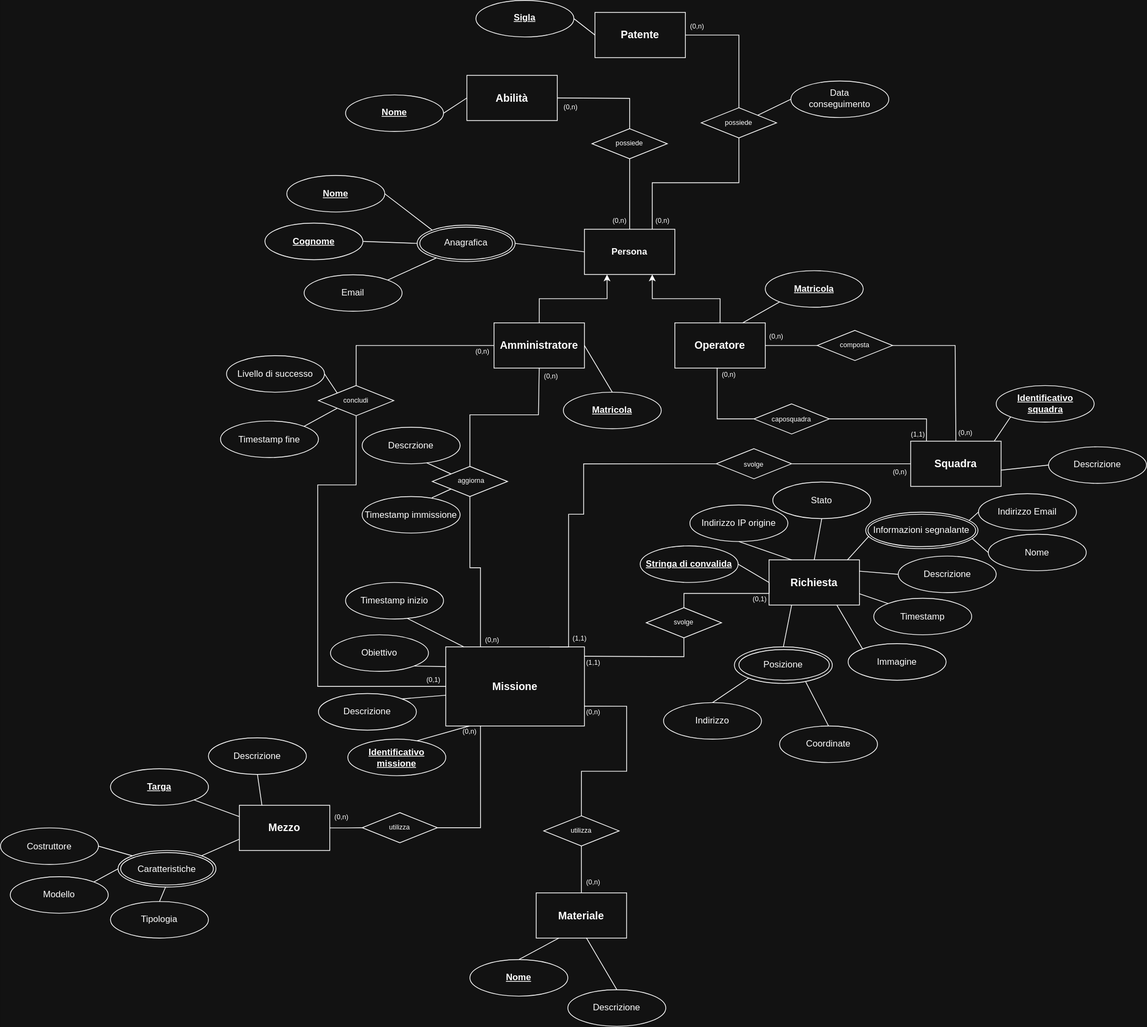
This is soccorso/ER/ER_soccorso.svg from ScappaMarco/Soccorso, a draw.io export, as it was before one commit. Source tidied: cells renumbered, new cells last; positions are measured from the earlier drawing's top-left corner, leaving out a move shared by most shapes.
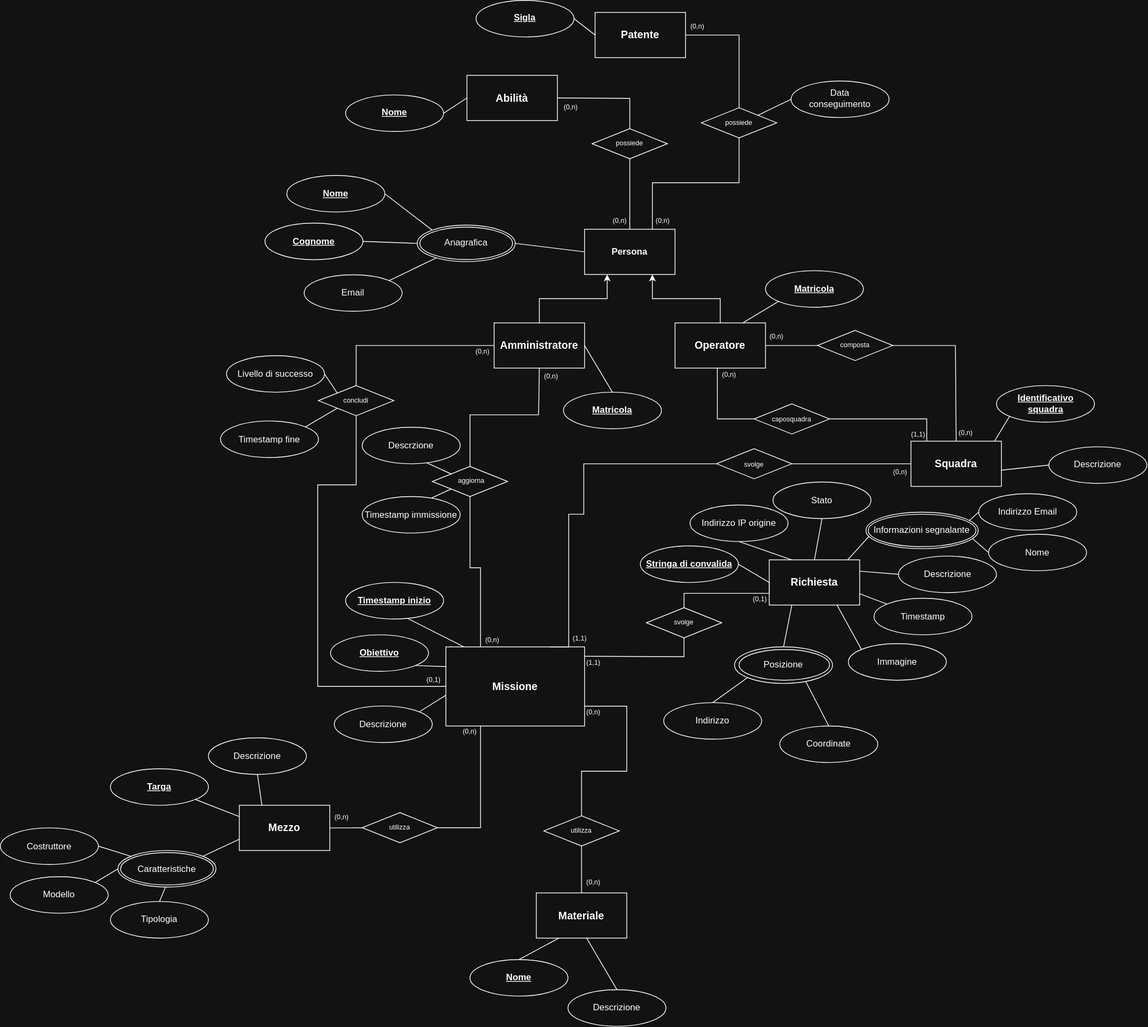
Above is the later version.

What changed in the source:
```diff
@@ -334,7 +334,7 @@
       <mxGeometry relative="1" as="geometry" />
     </mxCell>
     <mxCell id="97" value="Descrizione" style="ellipse;whiteSpace=wrap;html=1;rounded=0;" parent="1" vertex="1">
-      <mxGeometry x="422" y="920" width="130" height="48.5" as="geometry" />
+      <mxGeometry x="443" y="936.5" width="130" height="48.5" as="geometry" />
     </mxCell>
     <mxCell id="98" style="endArrow=none;html=1;rounded=0;entryX=0;entryY=0.611;entryDx=0;entryDy=0;exitX=1;exitY=0;exitDx=0;exitDy=0;entryPerimeter=0;" parent="1" edge="1" source="97" target="53">
       <mxGeometry relative="1" as="geometry" />
@@ -345,24 +345,18 @@
     <mxCell id="100" style="endArrow=none;html=1;rounded=0;exitX=1;exitY=0.75;exitDx=0;exitDy=0;entryX=0;entryY=0;entryDx=0;entryDy=0;" parent="1" edge="1" source="74" target="99">
       <mxGeometry relative="1" as="geometry" />
     </mxCell>
-    <mxCell id="101" value="Timestamp inizio" style="ellipse;whiteSpace=wrap;html=1;rounded=0;" parent="1" vertex="1">
+    <mxCell id="101" value="&lt;u&gt;&lt;b&gt;Timestamp inizio&lt;/b&gt;&lt;/u&gt;" style="ellipse;whiteSpace=wrap;html=1;rounded=0;" parent="1" vertex="1">
       <mxGeometry x="458" y="772.5" width="130" height="48.5" as="geometry" />
     </mxCell>
     <mxCell id="102" style="endArrow=none;html=1;rounded=0;entryX=0.632;entryY=0.985;entryDx=0;entryDy=0;exitX=0.131;exitY=0;exitDx=0;exitDy=0;exitPerimeter=0;entryPerimeter=0;" parent="1" edge="1" source="53" target="101">
       <mxGeometry relative="1" as="geometry" />
     </mxCell>
-    <mxCell id="103" value="Obiettivo" style="ellipse;whiteSpace=wrap;html=1;rounded=0;" parent="1" vertex="1">
+    <mxCell id="103" value="&lt;u&gt;&lt;b&gt;Obiettivo&lt;/b&gt;&lt;/u&gt;" style="ellipse;whiteSpace=wrap;html=1;rounded=0;" parent="1" vertex="1">
       <mxGeometry x="438" y="842" width="130" height="48.5" as="geometry" />
     </mxCell>
     <mxCell id="104" style="endArrow=none;html=1;rounded=0;entryX=1;entryY=1;entryDx=0;entryDy=0;exitX=0;exitY=0.25;exitDx=0;exitDy=0;" parent="1" edge="1" source="53" target="103">
       <mxGeometry relative="1" as="geometry" />
     </mxCell>
-    <mxCell id="105" value="&lt;b&gt;&lt;u&gt;Identificativo missione&lt;/u&gt;&lt;/b&gt;" style="ellipse;whiteSpace=wrap;html=1;rounded=0;" parent="1" vertex="1">
-      <mxGeometry x="461" y="980.5" width="130" height="48.5" as="geometry" />
-    </mxCell>
-    <mxCell id="106" style="endArrow=none;html=1;rounded=0;entryX=0.17;entryY=1;entryDx=0;entryDy=0;exitX=0.708;exitY=0.043;exitDx=0;exitDy=0;entryPerimeter=0;exitPerimeter=0;" parent="1" edge="1" source="105" target="53">
-      <mxGeometry relative="1" as="geometry" />
-    </mxCell>
     <mxCell id="107" style="endArrow=none;html=1;rounded=0;edgeStyle=orthogonalEdgeStyle;exitX=1;exitY=0.5;exitDx=0;exitDy=0;entryX=0.175;entryY=-0.003;entryDx=0;entryDy=0;entryPerimeter=0;" parent="1" edge="1" source="49" target="7">
       <mxGeometry relative="1" as="geometry" />
     </mxCell>
```
